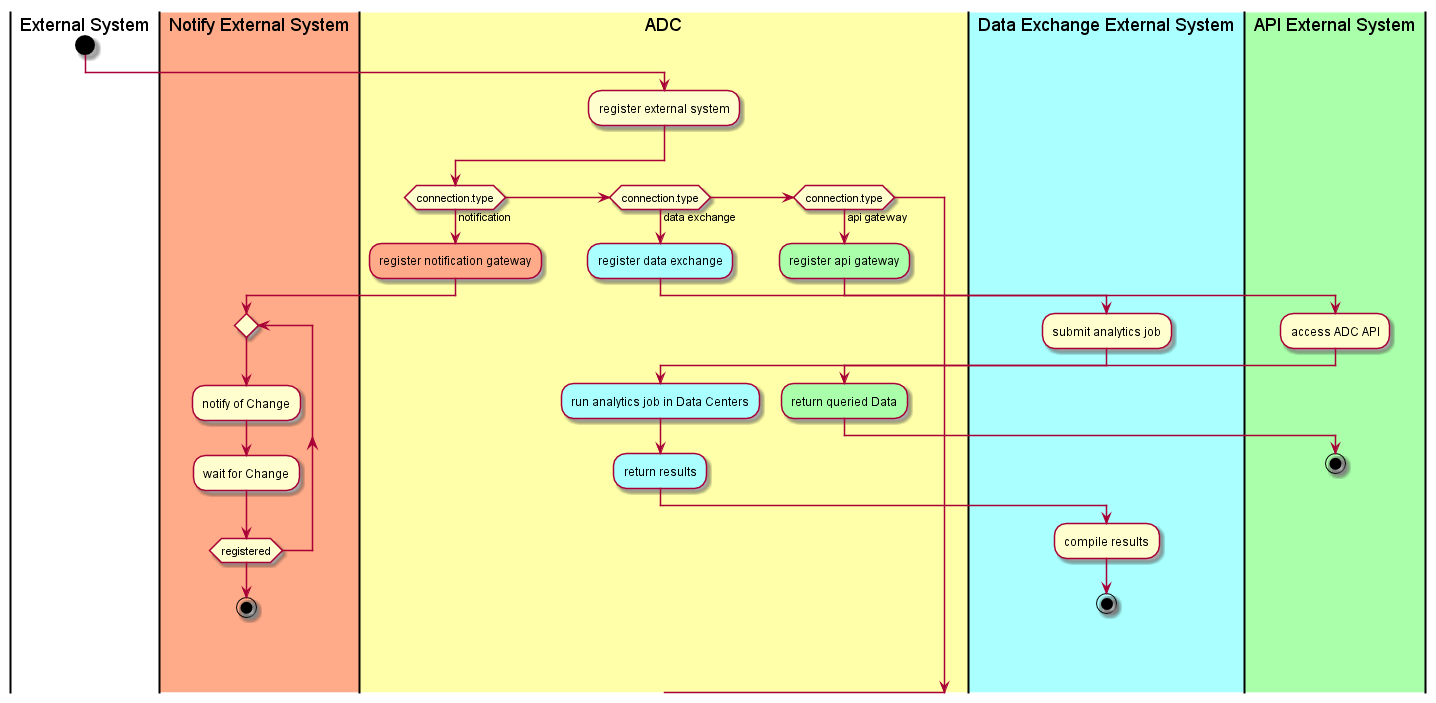
The PlantUML diagram docs/Actors/External-Systems/Workflow.png in CAADE/ADC, before a commit.
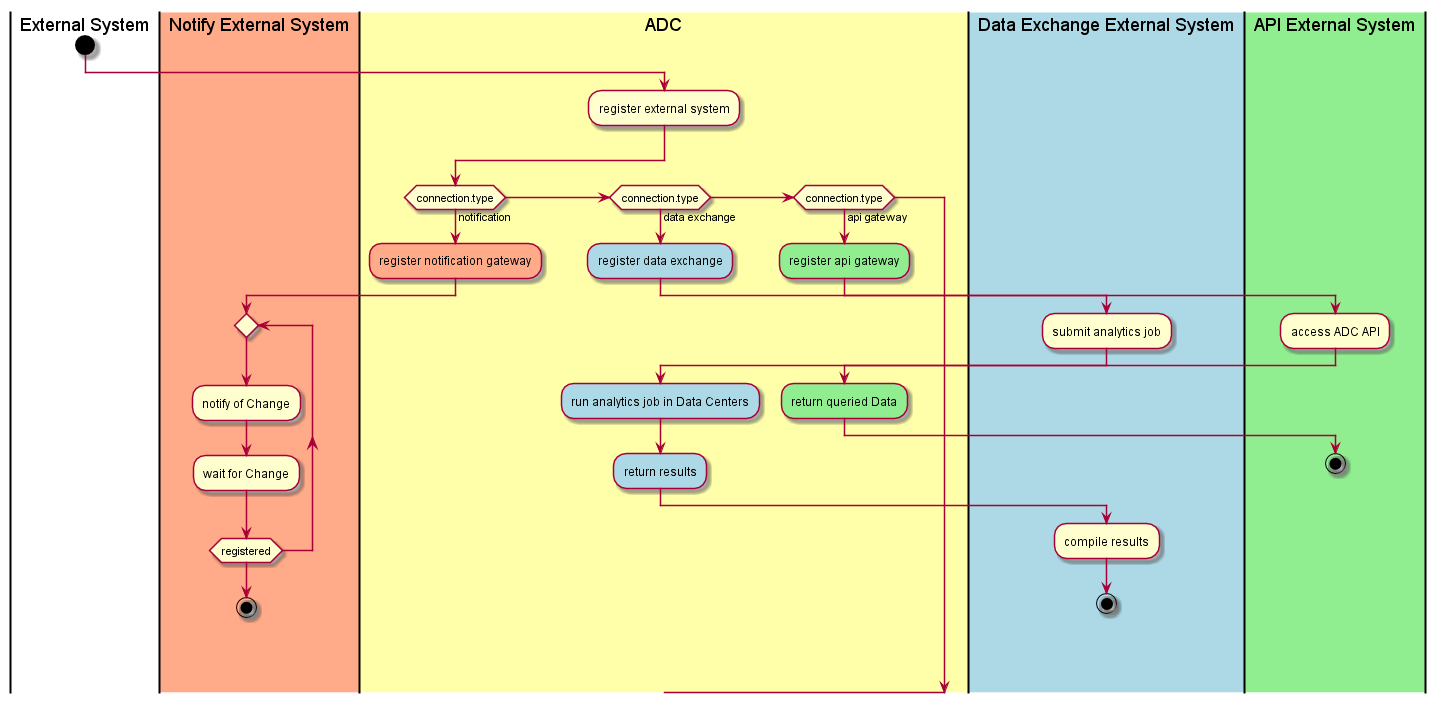
The same diagram one commit later.

The edit, as a diff of the source:
```diff
@@ -15,22 +15,22 @@
   stop
   |ADC|
 elseif (connection.type) then (data exchange)
-  #aaffff:register data exchange;
-  |#aaffff|Data Exchange External System|
+  #lightblue:register data exchange;
+  |#lightblue|Data Exchange External System|
   :submit analytics job;
   |ADC|
-  #aaffff:run analytics job in Data Centers;
-  #aaffff:return results;
+  #lightblue:run analytics job in Data Centers;
+  #lightblue:return results;
   |Data Exchange External System|
   :compile results;
   stop
   |ADC|
 elseif (connection.type) then (api gateway)
-  #aaffaa:register api gateway;
-  |#aaffaa|API External System|
+  #lightgreen:register api gateway;
+  |#lightgreen|API External System|
   :access ADC API;
   |ADC|
-  #aaffaa:return queried Data;
+  #lightgreen:return queried Data;
   |API External System|
   stop
 endif
```
